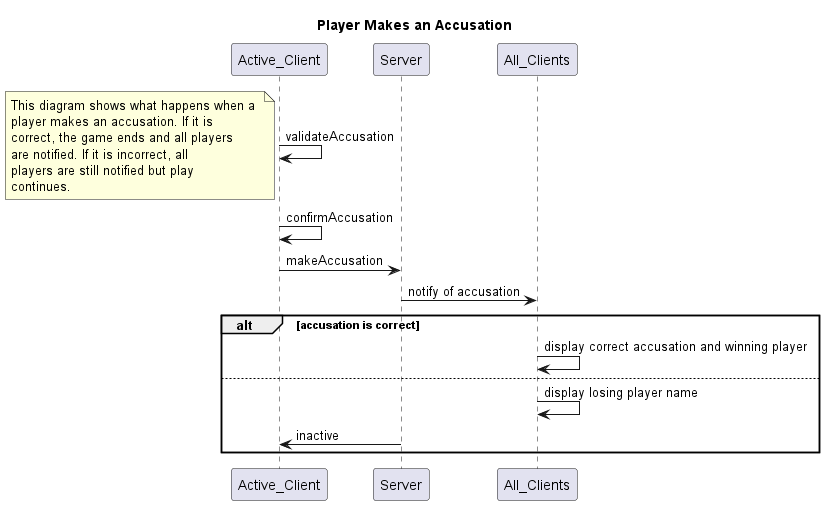
aflick96/clue keeps this PlantUML diagram as diagrams/player_accusation.png. Above is the earlier version. The source it was exported from:
```plantuml
@startuml

title Player Makes an Accusation

participant Active_Client
participant Server
participant All_Clients


Active_Client -> Active_Client: validateAccusation

note left
	This diagram shows what happens when a
	player makes an accusation. If it is
	correct, the game ends and all players
	are notified. If it is incorrect, all
	players are still notified but play
	continues.
end note

Active_Client -> Active_Client: confirmAccusation
Active_Client -> Server: makeAccusation

Server -> All_Clients: notify of accusation

alt accusation is correct
	All_Clients -> All_Clients: display correct accusation and winning player

else
	All_Clients -> All_Clients: display losing player name
	Server -> Active_Client: inactive
end

@enduml
```
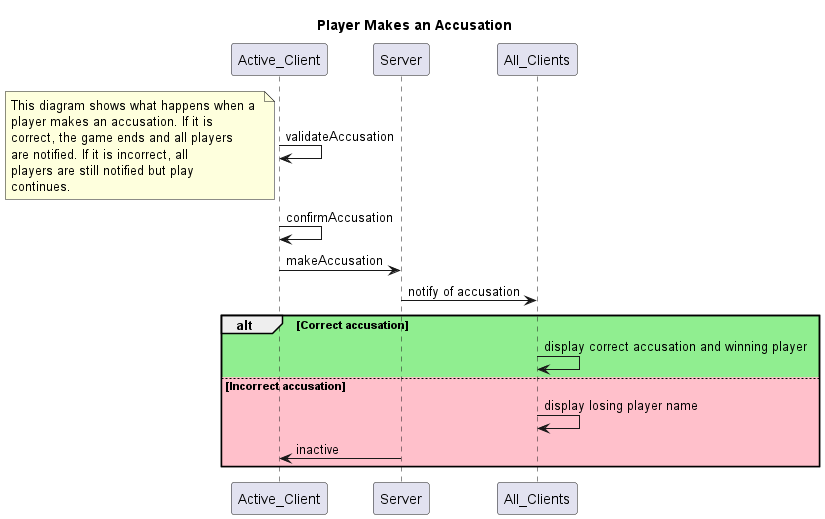
Later version of the same file.

Commit message:
Updated class diagram to reference specification. Added color coding to alternate accusation cases for clarity.

Change to the diagram source:
```diff
@@ -23,10 +23,10 @@
 
 Server -> All_Clients: notify of accusation
 
-alt accusation is correct
+alt #LightGreen Correct accusation
 	All_Clients -> All_Clients: display correct accusation and winning player
 
-else
+else #Pink Incorrect accusation
 	All_Clients -> All_Clients: display losing player name
 	Server -> Active_Client: inactive
 end
```
